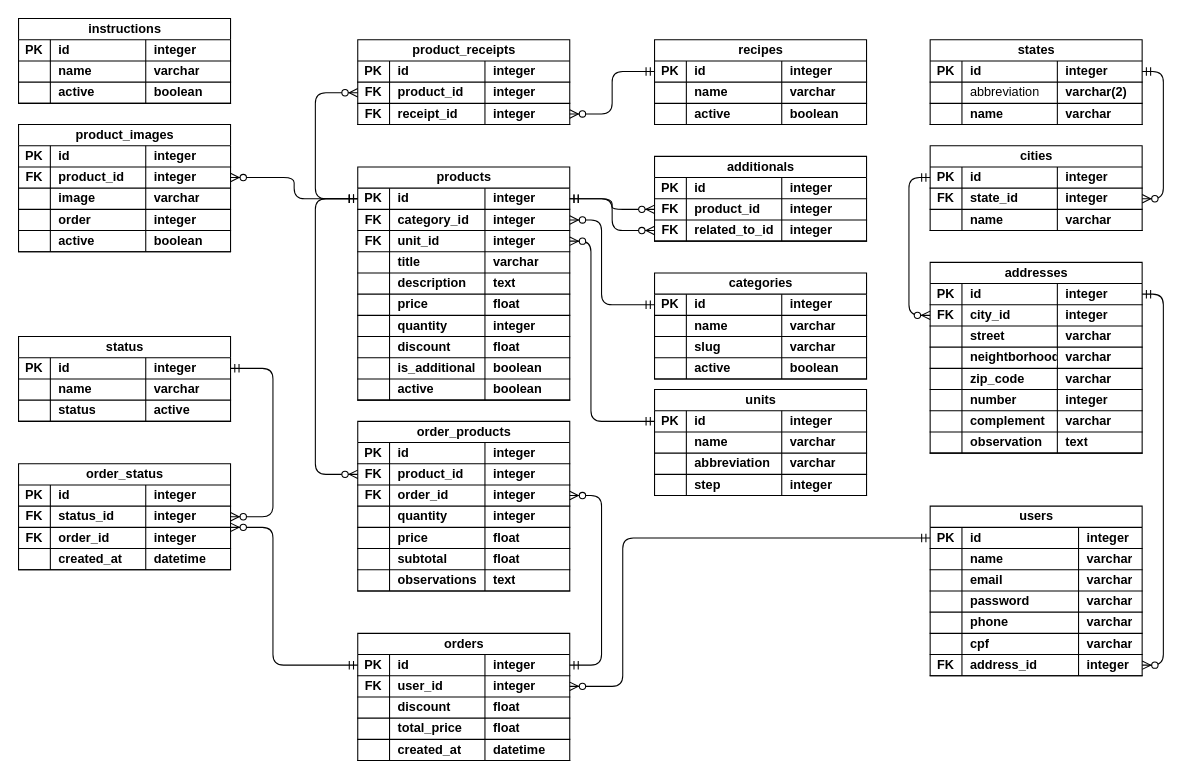
Earlier version of the draw.io diagram database/mer/UML.drawio (univesp-pium/apprestaurantes). Source tidied: cells renumbered, new cells numbered last; positions are measured from the earlier drawing's top-left corner, leaving out a move shared by most shapes. Both pictures are drawn from the tidied source at 106%, with x=0, y=0 at pixel (18, 18).
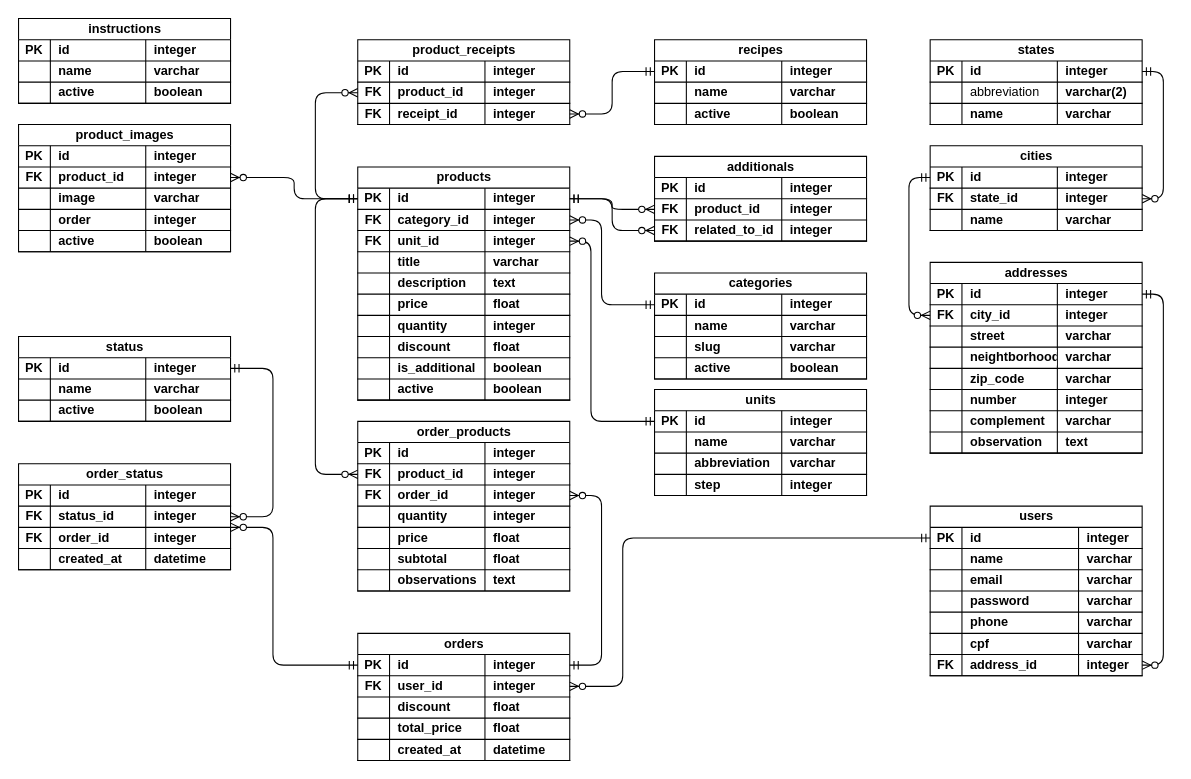
Above is the later version.

The change refers to these unchanged cells:
```xml
<mxCell id="61" style="shape=tableRow;horizontal=0;startSize=0;swimlaneHead=0;swimlaneBody=0;fillColor=none;top=0;left=0;right=0;bottom=1;fontFamily=Helvetica;fontSize=12;fontColor=default;labelBackgroundColor=default;" parent="52" vertex="1">
  <mxGeometry y="60" width="200" height="20" as="geometry" />
</mxCell>
```

Change to the diagram source:
```diff
@@
-    <mxCell id="63" value="status" style="shape=partialRectangle;fillColor=none;top=0;left=0;bottom=0;right=0;align=left;spacingLeft=6;fontStyle=1;overflow=hidden;whiteSpace=wrap;html=1;fontFamily=Helvetica;fontSize=12;fontColor=default;labelBackgroundColor=default;" parent="61" vertex="1">
+    <mxCell id="63" value="active" style="shape=partialRectangle;fillColor=none;top=0;left=0;bottom=0;right=0;align=left;spacingLeft=6;fontStyle=1;overflow=hidden;whiteSpace=wrap;html=1;fontFamily=Helvetica;fontSize=12;fontColor=default;labelBackgroundColor=default;" parent="61" vertex="1">
       <mxGeometry x="30" width="90" height="20" as="geometry" />
     </mxCell>
-    <mxCell id="64" value="active" style="shape=partialRectangle;fillColor=none;top=0;left=0;bottom=0;right=0;align=left;spacingLeft=6;fontStyle=1;overflow=hidden;whiteSpace=wrap;html=1;fontFamily=Helvetica;fontSize=12;fontColor=default;labelBackgroundColor=default;" parent="61" vertex="1">
+    <mxCell id="64" value="boolean" style="shape=partialRectangle;fillColor=none;top=0;left=0;bottom=0;right=0;align=left;spacingLeft=6;fontStyle=1;overflow=hidden;whiteSpace=wrap;html=1;fontFamily=Helvetica;fontSize=12;fontColor=default;labelBackgroundColor=default;" parent="61" vertex="1">
       <mxGeometry x="120" width="80" height="20" as="geometry" />
     </mxCell>
```
